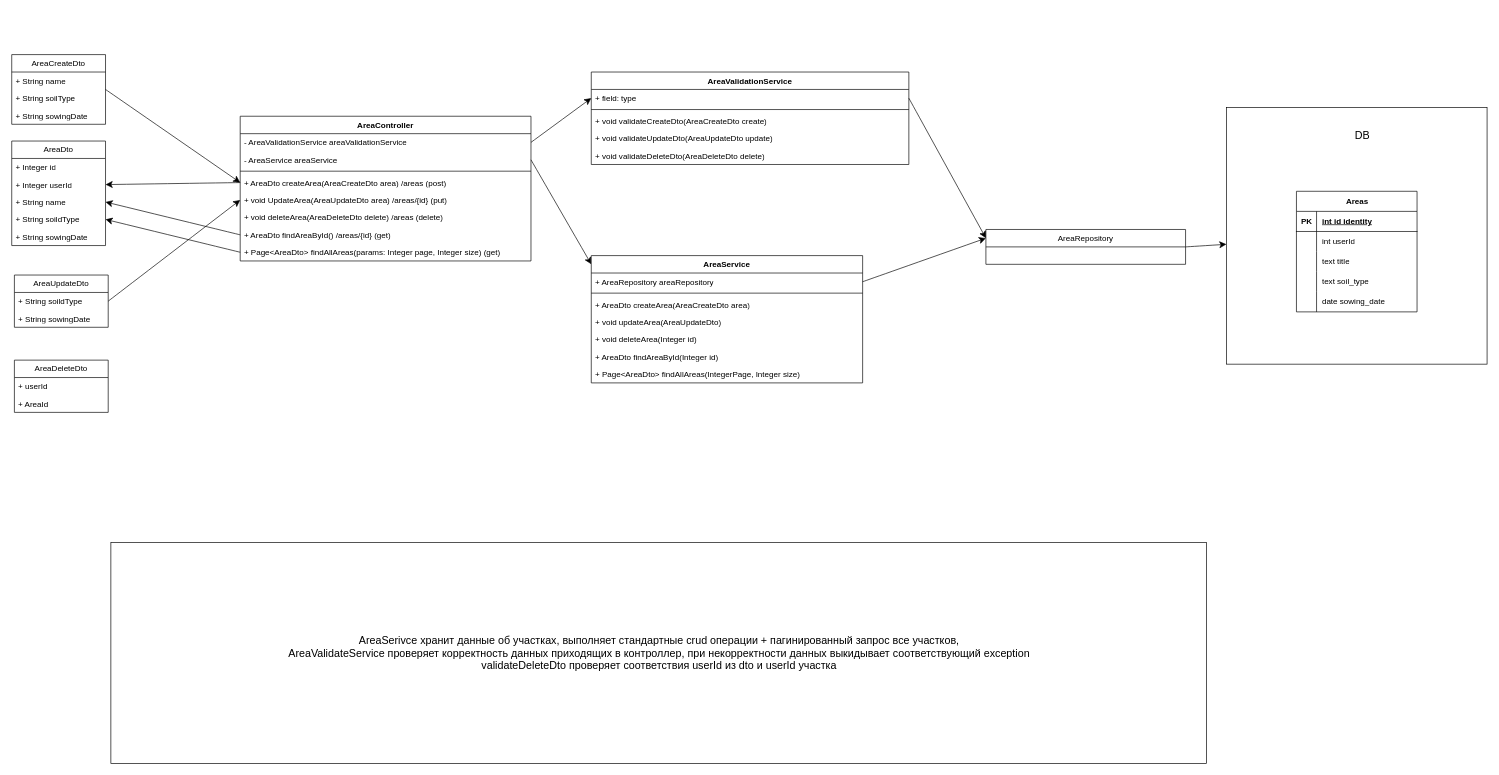
Before: page "AreaService" (3 of 4) of projects/accelerator-prototype.drawio in 48-iq/drawIo, a draw.io diagram. Source tidied: cells renumbered, new cells numbered last; positions are measured from the earlier drawing's top-left corner, leaving out a move shared by most shapes. Both pictures are drawn from the tidied source at 67%, with x=0, y=0 at pixel (11, 54).
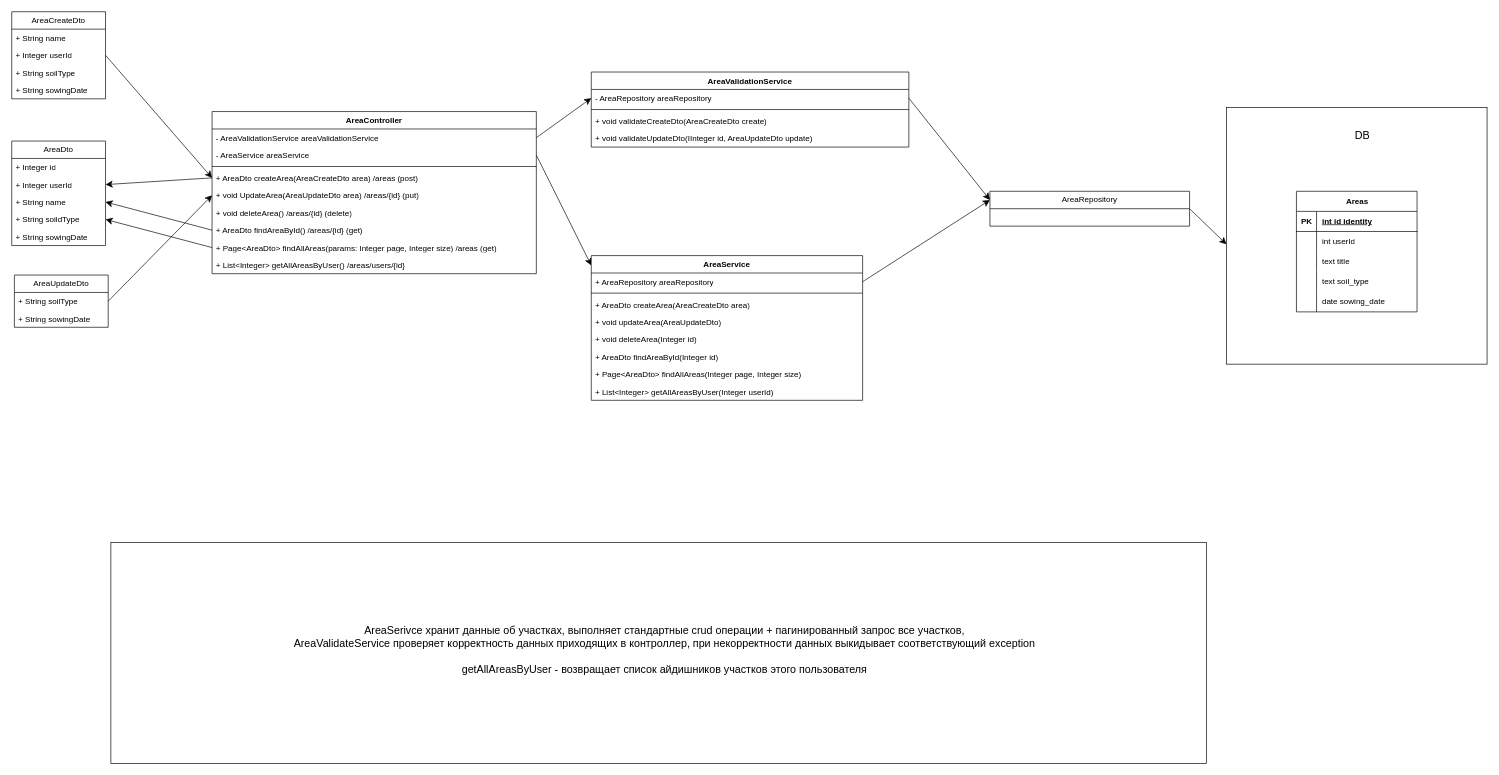
The same diagram, later.

The change refers to these unchanged cells:
```xml
<mxCell id="49" value="AreaUpdateDto" style="swimlane;fontStyle=0;horizontal=1;startSize=26;fillColor=none;whiteSpace=wrap;html=1;" parent="1" vertex="1">
  <mxGeometry x="4" y="329" width="140" height="78" as="geometry" />
</mxCell>
```

What changed in the source:
```diff
@@
     <mxCell id="2" value="AreaController" style="swimlane;fontStyle=1;align=center;verticalAlign=top;horizontal=1;startSize=26;whiteSpace=wrap;html=1;" parent="1" vertex="1">
-      <mxGeometry x="341" y="92" width="434" height="216" as="geometry" />
+      <mxGeometry x="299" y="85" width="484" height="242" as="geometry" />
     </mxCell>
     <mxCell id="3" value="- AreaValidationService areaValidationService" style="text;strokeColor=none;fillColor=none;align=left;verticalAlign=top;spacingLeft=4;spacingRight=4;overflow=hidden;points=[[0,0.5],[1,0.5]];portConstraint=eastwest;whiteSpace=wrap;html=1;" parent="2" vertex="1">
-      <mxGeometry y="26" width="434" height="26" as="geometry" />
+      <mxGeometry y="26" width="484" height="26" as="geometry" />
     </mxCell>
     <mxCell id="4" value="- AreaService areaService" style="text;strokeColor=none;fillColor=none;align=left;verticalAlign=top;spacingLeft=4;spacingRight=4;overflow=hidden;points=[[0,0.5],[1,0.5]];portConstraint=eastwest;whiteSpace=wrap;html=1;" parent="2" vertex="1">
-      <mxGeometry y="52" width="434" height="26" as="geometry" />
+      <mxGeometry y="52" width="484" height="26" as="geometry" />
     </mxCell>
     <mxCell id="5" style="line;strokeWidth=1;fillColor=none;align=left;verticalAlign=middle;spacingTop=-1;spacingLeft=3;spacingRight=3;labelPosition=right;strokeColor=inherit;" parent="2" vertex="1">
-      <mxGeometry y="78" width="434" height="8" as="geometry" />
+      <mxGeometry y="78" width="484" height="8" as="geometry" />
     </mxCell>
     <mxCell id="6" value="+ AreaDto createArea(AreaCreateDto area) /areas (post)" style="text;strokeColor=none;fillColor=none;align=left;verticalAlign=top;spacingLeft=4;spacingRight=4;overflow=hidden;points=[[0,0.5],[1,0.5]];portConstraint=eastwest;whiteSpace=wrap;html=1;" parent="2" vertex="1">
-      <mxGeometry y="86" width="434" height="26" as="geometry" />
+      <mxGeometry y="86" width="484" height="26" as="geometry" />
     </mxCell>
     <mxCell id="7" value="+ void UpdateArea(AreaUpdateDto area) /areas/{id} (put)" style="text;strokeColor=none;fillColor=none;align=left;verticalAlign=top;spacingLeft=4;spacingRight=4;overflow=hidden;points=[[0,0.5],[1,0.5]];portConstraint=eastwest;whiteSpace=wrap;html=1;" parent="2" vertex="1">
-      <mxGeometry y="112" width="434" height="26" as="geometry" />
+      <mxGeometry y="112" width="484" height="26" as="geometry" />
     </mxCell>
-    <mxCell id="8" value="+ void deleteArea(AreaDeleteDto delete) /areas (delete)" style="text;strokeColor=none;fillColor=none;align=left;verticalAlign=top;spacingLeft=4;spacingRight=4;overflow=hidden;whiteSpace=wrap;html=1;" parent="2" vertex="1">
-      <mxGeometry y="138" width="434" height="26" as="geometry" />
+    <mxCell id="8" value="+ void deleteArea() /areas/{id} (delete)" style="text;strokeColor=none;fillColor=none;align=left;verticalAlign=top;spacingLeft=4;spacingRight=4;overflow=hidden;whiteSpace=wrap;html=1;" parent="2" vertex="1">
+      <mxGeometry y="138" width="484" height="26" as="geometry" />
     </mxCell>
     <mxCell id="9" value="+ AreaDto findAreaById() /areas/{id} (get)" style="text;strokeColor=none;fillColor=none;align=left;verticalAlign=top;spacingLeft=4;spacingRight=4;overflow=hidden;points=[[0,0.5],[1,0.5]];portConstraint=eastwest;whiteSpace=wrap;html=1;" parent="2" vertex="1">
-      <mxGeometry y="164" width="434" height="26" as="geometry" />
+      <mxGeometry y="164" width="484" height="26" as="geometry" />
     </mxCell>
-    <mxCell id="10" value="+ Page&amp;lt;AreaDto&amp;gt; findAllAreas(params: Integer page, Integer size) (get)" style="text;strokeColor=none;fillColor=none;align=left;verticalAlign=top;spacingLeft=4;spacingRight=4;overflow=hidden;points=[[0,0.5],[1,0.5]];portConstraint=eastwest;whiteSpace=wrap;html=1;" parent="2" vertex="1">
-      <mxGeometry y="190" width="434" height="26" as="geometry" />
+    <mxCell id="10" value="+ Page&amp;lt;AreaDto&amp;gt; findAllAreas(params: Integer page, Integer size) /areas (get)" style="text;strokeColor=none;fillColor=none;align=left;verticalAlign=top;spacingLeft=4;spacingRight=4;overflow=hidden;points=[[0,0.5],[1,0.5]];portConstraint=eastwest;whiteSpace=wrap;html=1;" parent="2" vertex="1">
+      <mxGeometry y="190" width="484" height="26" as="geometry" />
     </mxCell>
+    <mxCell id="73" value="+ List&amp;lt;Integer&amp;gt; getAllAreasByUser() /areas/users/{id}" style="text;strokeColor=none;fillColor=none;align=left;verticalAlign=top;spacingLeft=4;spacingRight=4;overflow=hidden;whiteSpace=wrap;html=1;" parent="2" vertex="1">
+      <mxGeometry y="216" width="484" height="26" as="geometry" />
+    </mxCell>
@@
     <mxCell id="13" value="AreaService" style="swimlane;fontStyle=1;align=center;verticalAlign=top;horizontal=1;startSize=26;whiteSpace=wrap;html=1;" parent="1" vertex="1">
-      <mxGeometry x="865" y="300" width="405" height="190" as="geometry" />
+      <mxGeometry x="865" y="300" width="405" height="216" as="geometry" />
     </mxCell>
@@
-    <mxCell id="20" value="+ Page&amp;lt;AreaDto&amp;gt; findAllAreas(IntegerPage, Integer size)" style="text;strokeColor=none;fillColor=none;align=left;verticalAlign=top;spacingLeft=4;spacingRight=4;overflow=hidden;whiteSpace=wrap;html=1;" parent="13" vertex="1">
+    <mxCell id="20" value="+ Page&amp;lt;AreaDto&amp;gt; findAllAreas(Integer page, Integer size)" style="text;strokeColor=none;fillColor=none;align=left;verticalAlign=top;spacingLeft=4;spacingRight=4;overflow=hidden;whiteSpace=wrap;html=1;" parent="13" vertex="1">
       <mxGeometry y="164" width="405" height="26" as="geometry" />
     </mxCell>
+    <mxCell id="74" value="+ List&amp;lt;Integer&amp;gt; getAllAreasByUser(Integer userId)" style="text;strokeColor=none;fillColor=none;align=left;verticalAlign=top;spacingLeft=4;spacingRight=4;overflow=hidden;whiteSpace=wrap;html=1;" parent="13" vertex="1">
+      <mxGeometry y="190" width="405" height="26" as="geometry" />
+    </mxCell>
     <mxCell id="21" value="AreaRepository" style="swimlane;fontStyle=0;horizontal=1;startSize=26;fillColor=none;whiteSpace=wrap;html=1;" parent="1" vertex="1">
-      <mxGeometry x="1454" y="261" width="298" height="52" as="geometry" />
+      <mxGeometry x="1460" y="204" width="298" height="52" as="geometry" />
     </mxCell>
@@
-    <mxCell id="50" value="+ String soildType" style="text;strokeColor=none;fillColor=none;align=left;verticalAlign=top;spacingLeft=4;spacingRight=4;overflow=hidden;points=[[0,0.5],[1,0.5]];portConstraint=eastwest;whiteSpace=wrap;html=1;" parent="49" vertex="1">
+    <mxCell id="50" value="+ String soilType" style="text;strokeColor=none;fillColor=none;align=left;verticalAlign=top;spacingLeft=4;spacingRight=4;overflow=hidden;points=[[0,0.5],[1,0.5]];portConstraint=eastwest;whiteSpace=wrap;html=1;" parent="49" vertex="1">
       <mxGeometry y="26" width="140" height="26" as="geometry" />
     </mxCell>
@@
     <mxCell id="53" value="AreaCreateDto" style="swimlane;fontStyle=0;horizontal=1;startSize=26;fillColor=none;whiteSpace=wrap;html=1;" parent="1" vertex="1">
-      <mxGeometry width="140" height="104" as="geometry" />
+      <mxGeometry y="-64" width="140" height="130" as="geometry" />
     </mxCell>
@@
+    <mxCell id="75" value="+ Integer userId" style="text;strokeColor=none;fillColor=none;align=left;verticalAlign=top;spacingLeft=4;spacingRight=4;overflow=hidden;whiteSpace=wrap;html=1;" parent="53" vertex="1">
+      <mxGeometry y="52" width="140" height="26" as="geometry" />
+    </mxCell>
     <mxCell id="55" value="+ String soilType" style="text;strokeColor=none;fillColor=none;align=left;verticalAlign=top;spacingLeft=4;spacingRight=4;overflow=hidden;whiteSpace=wrap;html=1;" parent="53" vertex="1">
-      <mxGeometry y="52" width="140" height="26" as="geometry" />
+      <mxGeometry y="78" width="140" height="26" as="geometry" />
     </mxCell>
     <mxCell id="56" value="+ String sowingDate" style="text;strokeColor=none;fillColor=none;align=left;verticalAlign=top;spacingLeft=4;spacingRight=4;overflow=hidden;whiteSpace=wrap;html=1;" parent="53" vertex="1">
-      <mxGeometry y="78" width="140" height="26" as="geometry" />
+      <mxGeometry y="104" width="140" height="26" as="geometry" />
     </mxCell>
@@
-    <mxCell id="62" value="&lt;div&gt;AreaSerivce хранит данные об участках, выполняет стандартные crud операции + пагинированный запрос все участков,&lt;/div&gt;&lt;div&gt;AreaValidateService проверяет корректность данных приходящих в контроллер, при некорректности данных выкидывает соответствующий exception &lt;br&gt;&lt;/div&gt;&lt;div&gt;validateDeleteDto проверяет соответствия userId из dto и userId участка&lt;br&gt;&lt;/div&gt;" style="text;html=1;align=center;verticalAlign=middle;whiteSpace=wrap;rounded=0;fontSize=16;" parent="1" vertex="1">
-      <mxGeometry x="148" y="728" width="1637" height="329" as="geometry" />
+    <mxCell id="62" value="&lt;div&gt;AreaSerivce хранит данные об участках, выполняет стандартные crud операции + пагинированный запрос все участков,&lt;/div&gt;&lt;div&gt;AreaValidateService проверяет корректность данных приходящих в контроллер, при некорректности данных выкидывает соответствующий exception &lt;br&gt;&lt;/div&gt;&lt;div&gt;&lt;br&gt;&lt;/div&gt;&lt;div&gt;getAllAreasByUser - возвращает список айдишников участков этого пользователя&lt;br&gt;&lt;/div&gt;" style="text;html=1;align=center;verticalAlign=middle;whiteSpace=wrap;rounded=0;fontSize=16;" parent="1" vertex="1">
+      <mxGeometry x="156" y="724" width="1637" height="329" as="geometry" />
     </mxCell>
@@
     <mxCell id="64" value="AreaValidationService" style="swimlane;fontStyle=1;align=center;verticalAlign=top;horizontal=1;startSize=26;whiteSpace=wrap;html=1;" parent="1" vertex="1">
-      <mxGeometry x="865" y="26" width="474" height="138" as="geometry" />
+      <mxGeometry x="865" y="26" width="474" height="112" as="geometry" />
     </mxCell>
-    <mxCell id="65" value="+ field: type" style="text;strokeColor=none;fillColor=none;align=left;verticalAlign=top;spacingLeft=4;spacingRight=4;overflow=hidden;points=[[0,0.5],[1,0.5]];portConstraint=eastwest;whiteSpace=wrap;html=1;" parent="64" vertex="1">
+    <mxCell id="65" value="- AreaRepository areaRepository" style="text;strokeColor=none;fillColor=none;align=left;verticalAlign=top;spacingLeft=4;spacingRight=4;overflow=hidden;points=[[0,0.5],[1,0.5]];portConstraint=eastwest;whiteSpace=wrap;html=1;" parent="64" vertex="1">
       <mxGeometry y="26" width="474" height="26" as="geometry" />
     </mxCell>
@@
-    <mxCell id="68" value="+ void validateUpdateDto(AreaUpdateDto update)" style="text;strokeColor=none;fillColor=none;align=left;verticalAlign=top;spacingLeft=4;spacingRight=4;overflow=hidden;whiteSpace=wrap;html=1;" parent="64" vertex="1">
+    <mxCell id="68" value="+ void validateUpdateDto(IInteger id, AreaUpdateDto update)" style="text;strokeColor=none;fillColor=none;align=left;verticalAlign=top;spacingLeft=4;spacingRight=4;overflow=hidden;whiteSpace=wrap;html=1;" parent="64" vertex="1">
       <mxGeometry y="86" width="474" height="26" as="geometry" />
     </mxCell>
-    <mxCell id="69" value="+ void validateDeleteDto(AreaDeleteDto delete)" style="text;strokeColor=none;fillColor=none;align=left;verticalAlign=top;spacingLeft=4;spacingRight=4;overflow=hidden;whiteSpace=wrap;html=1;" parent="64" vertex="1">
-      <mxGeometry y="112" width="474" height="26" as="geometry" />
-    </mxCell>
-    <mxCell id="70" value="AreaDeleteDto" style="swimlane;fontStyle=0;horizontal=1;startSize=26;fillColor=none;whiteSpace=wrap;html=1;" parent="1" vertex="1">
-      <mxGeometry x="4" y="456" width="140" height="78" as="geometry" />
-    </mxCell>
-    <mxCell id="71" value="+ userId" style="text;strokeColor=none;fillColor=none;align=left;verticalAlign=top;spacingLeft=4;spacingRight=4;overflow=hidden;whiteSpace=wrap;html=1;" parent="70" vertex="1">
-      <mxGeometry y="26" width="140" height="26" as="geometry" />
-    </mxCell>
-    <mxCell id="72" value="+ AreaId" style="text;strokeColor=none;fillColor=none;align=left;verticalAlign=top;spacingLeft=4;spacingRight=4;overflow=hidden;whiteSpace=wrap;html=1;" parent="70" vertex="1">
-      <mxGeometry y="52" width="140" height="26" as="geometry" />
-    </mxCell>
```
